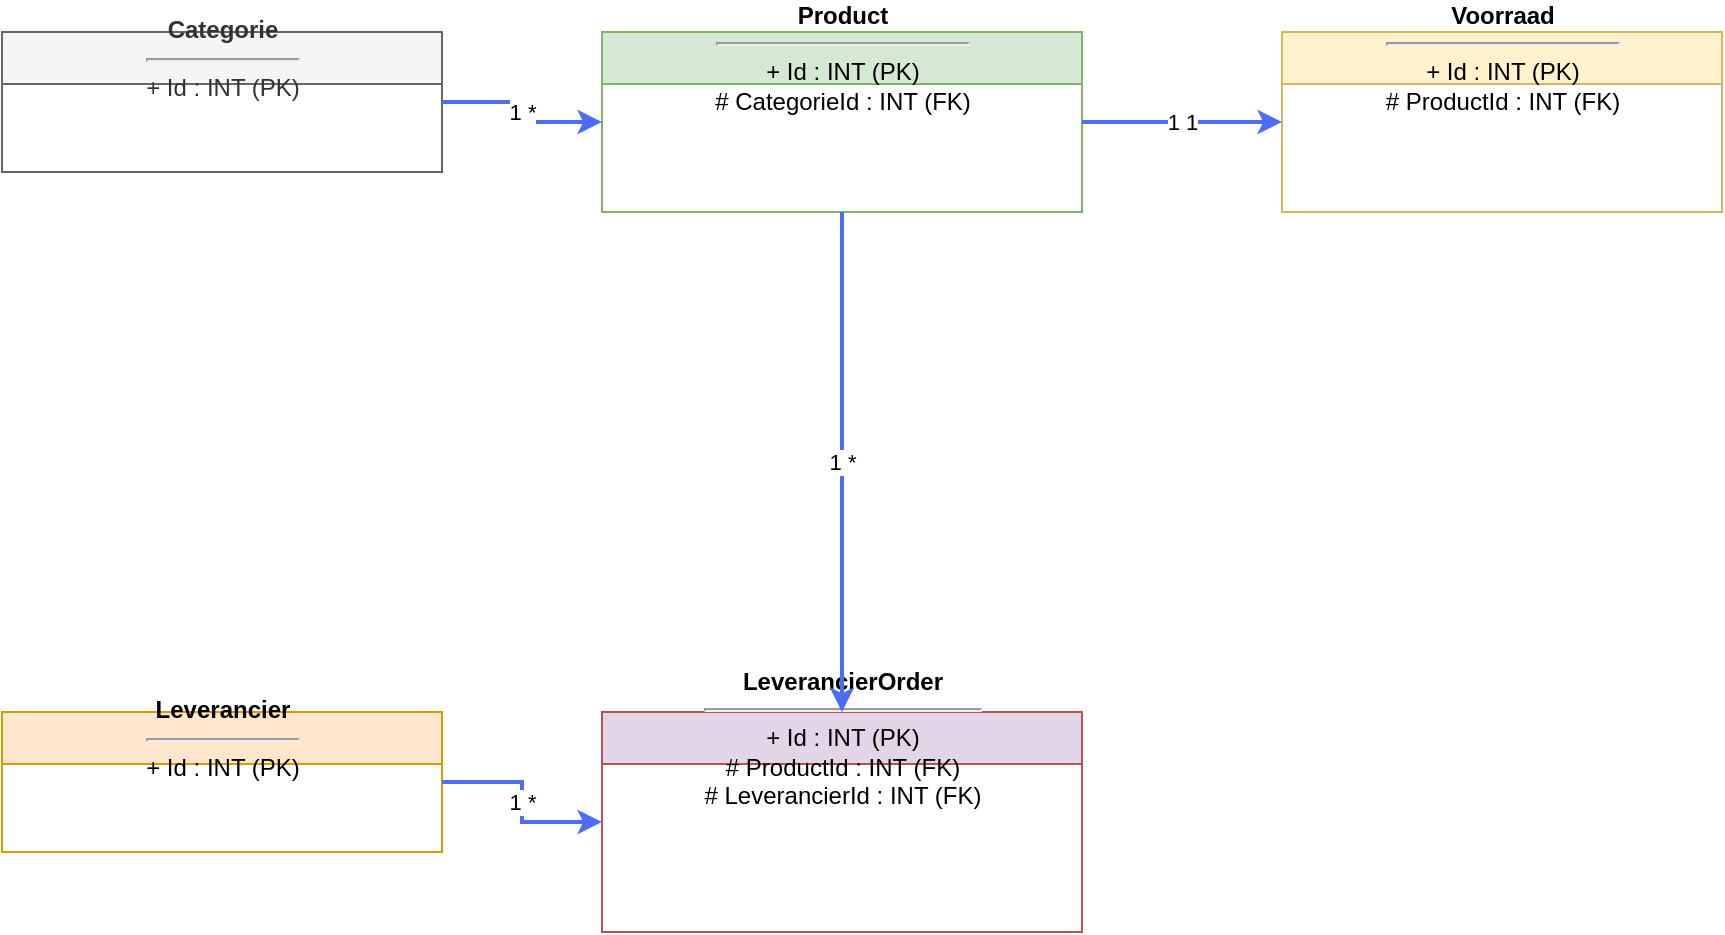
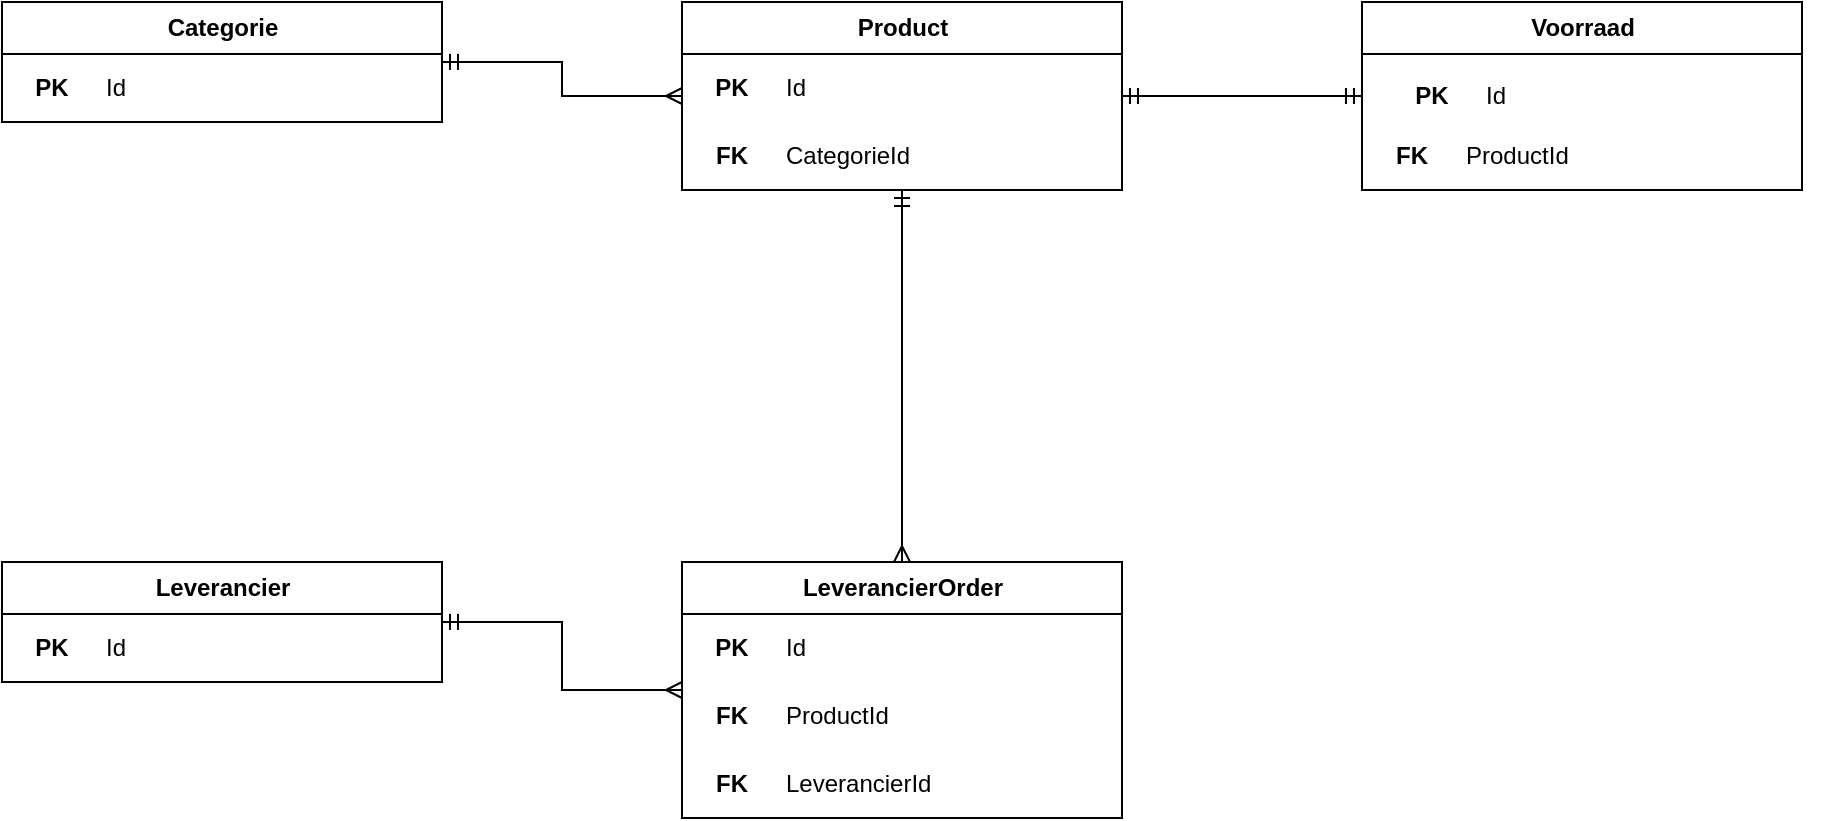
<mxfile host="65bd71144e">
    <diagram id="ProductERD" name="Product ERD">
-         <mxGraphModel dx="1212" dy="800" grid="1" gridSize="10" guides="1" tooltips="1" connect="1" arrows="1" fold="1" page="1" pageScale="1" pageWidth="827" pageHeight="1169" math="0" shadow="0">
+         <mxGraphModel dx="925" dy="1309" grid="1" gridSize="10" guides="1" tooltips="1" connect="1" arrows="1" fold="1" page="1" pageScale="1" pageWidth="827" pageHeight="1169" math="0" shadow="0">
            <root>
                <mxCell id="0"/>
                <mxCell id="1" parent="0"/>
- 
-                 <!-- Table Categorie -->
-                 <mxCell id="cat" value="&lt;b&gt;Categorie&lt;/b&gt;&lt;hr/&gt;+ Id : INT (PK)" style="swimlane;fontStyle=0;childLayout=listLayout;horizontal=1;startSize=26;horizontalStack=0;html=1;fillColor=#f5f5f5;strokeColor=#666666;fontColor=#333333;" parent="1" vertex="1">
-                     <mxGeometry x="40" y="40" width="220" height="70" as="geometry"/>
+                 <mxCell id="cat" value="Categorie" style="swimlane;childLayout=listLayout;collapsible=0;connectable=0;horizontal=1;startSize=26;fillColor=#ffffff;strokeColor=#000000;fontStyle=1;html=1;" parent="1" vertex="1">
+                     <mxGeometry x="60" y="60" width="220" height="60" as="geometry"/>
                </mxCell>
- 
-                 <!-- Table Product -->
-                 <mxCell id="prod" value="&lt;b&gt;Product&lt;/b&gt;&lt;hr/&gt;+ Id : INT (PK)&lt;br/&gt;# CategorieId : INT (FK)" style="swimlane;fontStyle=0;childLayout=listLayout;horizontal=1;startSize=26;horizontalStack=0;html=1;fillColor=#d5e8d4;strokeColor=#82b366;fontColor=#000000;" parent="1" vertex="1">
-                     <mxGeometry x="340" y="40" width="240" height="90" as="geometry"/>
+                 <mxCell id="cat_r1" value="" style="shape=partialRectangle;top=0;left=0;bottom=0;right=0;fillColor=none;align=left;verticalAlign=top;spacingLeft=4;spacingRight=4;overflow=hidden;rotatable=0;points=[];portConstraint=eastwest;html=1;" vertex="1" parent="cat">
+                     <mxGeometry y="26" width="220" height="34" as="geometry"/>
                </mxCell>
- 
-                 <!-- Table Voorraad -->
-                 <mxCell id="voor" value="&lt;b&gt;Voorraad&lt;/b&gt;&lt;hr/&gt;+ Id : INT (PK)&lt;br/&gt;# ProductId : INT (FK)" style="swimlane;fontStyle=0;childLayout=listLayout;horizontal=1;startSize=26;horizontalStack=0;html=1;fillColor=#fff2cc;strokeColor=#d6b656;fontColor=#000000;" parent="1" vertex="1">
-                     <mxGeometry x="680" y="40" width="220" height="90" as="geometry"/>
+                 <mxCell id="cat_r1_k" value="PK" style="shape=partialRectangle;top=0;left=0;bottom=0;right=0;fillColor=none;align=center;verticalAlign=middle;fontStyle=1;overflow=hidden;connectable=0;html=1;" vertex="1" parent="cat_r1">
+                     <mxGeometry width="50" height="34" as="geometry"/>
                </mxCell>
- 
-                 <!-- Table Leverancier -->
-                 <mxCell id="lev" value="&lt;b&gt;Leverancier&lt;/b&gt;&lt;hr/&gt;+ Id : INT (PK)" style="swimlane;fontStyle=0;childLayout=listLayout;horizontal=1;startSize=26;horizontalStack=0;html=1;fillColor=#ffe6cc;strokeColor=#d79b00;fontColor=#000000;" parent="1" vertex="1">
-                     <mxGeometry x="40" y="380" width="220" height="70" as="geometry"/>
+                 <mxCell id="cat_r1_v" value="Id" style="shape=partialRectangle;top=0;left=0;bottom=0;right=0;fillColor=none;align=left;verticalAlign=middle;overflow=hidden;connectable=0;html=1;" vertex="1" parent="cat_r1">
+                     <mxGeometry x="50" width="170" height="34" as="geometry"/>
                </mxCell>
- 
-                 <!-- Table LeverancierOrder -->
-                 <mxCell id="order" value="&lt;b&gt;LeverancierOrder&lt;/b&gt;&lt;hr/&gt;+ Id : INT (PK)&lt;br/&gt;# ProductId : INT (FK)&lt;br/&gt;# LeverancierId : INT (FK)" style="swimlane;fontStyle=0;childLayout=listLayout;horizontal=1;startSize=26;horizontalStack=0;html=1;fillColor=#e1d5e7;strokeColor=#b85450;fontColor=#000000;" parent="1" vertex="1">
-                     <mxGeometry x="340" y="380" width="240" height="110" as="geometry"/>
+                 <mxCell id="prod" value="Product" style="swimlane;childLayout=listLayout;collapsible=0;connectable=0;horizontal=1;startSize=26;fillColor=#ffffff;strokeColor=#000000;fontStyle=1;html=1;" parent="1" vertex="1">
+                     <mxGeometry x="400" y="60" width="220" height="94" as="geometry"/>
                </mxCell>
- 
-                 <!-- Connection: Categorie to Product -->
-                 <mxCell id="conn1" value="1           *" style="edgeStyle=orthogonalEdgeStyle;rounded=0;orthogonalLoop=1;jettySize=auto;html=1;exitX=1;exitY=0.5;entryX=0;entryY=0.5;strokeColor=#4c6ef5;strokeWidth=2;endArrow=classic;endFill=1;" parent="1" source="cat" target="prod" edge="1">
+                 <mxCell id="prod_r1" value="" style="shape=partialRectangle;top=0;left=0;bottom=0;right=0;fillColor=none;align=left;verticalAlign=top;spacingLeft=4;spacingRight=4;overflow=hidden;rotatable=0;points=[];portConstraint=eastwest;html=1;" vertex="1" parent="prod">
+                     <mxGeometry y="26" width="220" height="34" as="geometry"/>
+                 </mxCell>
+                 <mxCell id="prod_r1_k" value="PK" style="shape=partialRectangle;top=0;left=0;bottom=0;right=0;fillColor=none;align=center;verticalAlign=middle;fontStyle=1;overflow=hidden;connectable=0;html=1;" vertex="1" parent="prod_r1">
+                     <mxGeometry width="50" height="34" as="geometry"/>
+                 </mxCell>
+                 <mxCell id="prod_r1_v" value="Id" style="shape=partialRectangle;top=0;left=0;bottom=0;right=0;fillColor=none;align=left;verticalAlign=middle;overflow=hidden;connectable=0;html=1;" vertex="1" parent="prod_r1">
+                     <mxGeometry x="50" width="170" height="34" as="geometry"/>
+                 </mxCell>
+                 <mxCell id="prod_r2" value="" style="shape=partialRectangle;top=0;left=0;bottom=0;right=0;fillColor=none;align=left;verticalAlign=top;spacingLeft=4;spacingRight=4;overflow=hidden;rotatable=0;points=[];portConstraint=eastwest;html=1;" vertex="1" parent="prod">
+                     <mxGeometry y="60" width="220" height="34" as="geometry"/>
+                 </mxCell>
+                 <mxCell id="prod_r2_k" value="FK" style="shape=partialRectangle;top=0;left=0;bottom=0;right=0;fillColor=none;align=center;verticalAlign=middle;fontStyle=1;overflow=hidden;connectable=0;html=1;" vertex="1" parent="prod_r2">
+                     <mxGeometry width="50" height="34" as="geometry"/>
+                 </mxCell>
+                 <mxCell id="prod_r2_v" value="CategorieId" style="shape=partialRectangle;top=0;left=0;bottom=0;right=0;fillColor=none;align=left;verticalAlign=middle;overflow=hidden;connectable=0;html=1;" vertex="1" parent="prod_r2">
+                     <mxGeometry x="50" width="170" height="34" as="geometry"/>
+                 </mxCell>
+                 <mxCell id="voor" value="Voorraad" style="swimlane;childLayout=listLayout;collapsible=0;connectable=0;horizontal=1;startSize=26;fillColor=#ffffff;strokeColor=#000000;fontStyle=1;html=1;" parent="1" vertex="1">
+                     <mxGeometry x="740" y="60" width="220" height="94" as="geometry"/>
+                 </mxCell>
+                 <mxCell id="voor_r1" value="" style="shape=partialRectangle;top=0;left=0;bottom=0;right=0;fillColor=none;align=left;verticalAlign=top;spacingLeft=4;spacingRight=4;overflow=hidden;rotatable=0;points=[];portConstraint=eastwest;html=1;" vertex="1" parent="voor">
+                     <mxGeometry x="10" y="30" width="220" height="34" as="geometry"/>
+                 </mxCell>
+                 <mxCell id="voor_r1_k" value="PK" style="shape=partialRectangle;top=0;left=0;bottom=0;right=0;fillColor=none;align=center;verticalAlign=middle;fontStyle=1;overflow=hidden;connectable=0;html=1;" vertex="1" parent="voor_r1">
+                     <mxGeometry width="50" height="34" as="geometry"/>
+                 </mxCell>
+                 <mxCell id="voor_r1_v" value="Id" style="shape=partialRectangle;top=0;left=0;bottom=0;right=0;fillColor=none;align=left;verticalAlign=middle;overflow=hidden;connectable=0;html=1;" vertex="1" parent="voor_r1">
+                     <mxGeometry x="50" width="170" height="34" as="geometry"/>
+                 </mxCell>
+                 <mxCell id="voor_r2" value="" style="shape=partialRectangle;top=0;left=0;bottom=0;right=0;fillColor=none;align=left;verticalAlign=top;spacingLeft=4;spacingRight=4;overflow=hidden;rotatable=0;points=[];portConstraint=eastwest;html=1;" vertex="1" parent="voor">
+                     <mxGeometry y="60" width="220" height="34" as="geometry"/>
+                 </mxCell>
+                 <mxCell id="voor_r2_k" value="FK" style="shape=partialRectangle;top=0;left=0;bottom=0;right=0;fillColor=none;align=center;verticalAlign=middle;fontStyle=1;overflow=hidden;connectable=0;html=1;" vertex="1" parent="voor_r2">
+                     <mxGeometry width="50" height="34" as="geometry"/>
+                 </mxCell>
+                 <mxCell id="voor_r2_v" value="ProductId" style="shape=partialRectangle;top=0;left=0;bottom=0;right=0;fillColor=none;align=left;verticalAlign=middle;overflow=hidden;connectable=0;html=1;" vertex="1" parent="voor_r2">
+                     <mxGeometry x="50" width="170" height="34" as="geometry"/>
+                 </mxCell>
+                 <mxCell id="lev" value="Leverancier" style="swimlane;childLayout=listLayout;collapsible=0;connectable=0;horizontal=1;startSize=26;fillColor=#ffffff;strokeColor=#000000;fontStyle=1;html=1;" parent="1" vertex="1">
+                     <mxGeometry x="60" y="340" width="220" height="60" as="geometry"/>
+                 </mxCell>
+                 <mxCell id="lev_r1" value="" style="shape=partialRectangle;top=0;left=0;bottom=0;right=0;fillColor=none;align=left;verticalAlign=top;spacingLeft=4;spacingRight=4;overflow=hidden;rotatable=0;points=[];portConstraint=eastwest;html=1;" vertex="1" parent="lev">
+                     <mxGeometry y="26" width="220" height="34" as="geometry"/>
+                 </mxCell>
+                 <mxCell id="lev_r1_k" value="PK" style="shape=partialRectangle;top=0;left=0;bottom=0;right=0;fillColor=none;align=center;verticalAlign=middle;fontStyle=1;overflow=hidden;connectable=0;html=1;" vertex="1" parent="lev_r1">
+                     <mxGeometry width="50" height="34" as="geometry"/>
+                 </mxCell>
+                 <mxCell id="lev_r1_v" value="Id" style="shape=partialRectangle;top=0;left=0;bottom=0;right=0;fillColor=none;align=left;verticalAlign=middle;overflow=hidden;connectable=0;html=1;" vertex="1" parent="lev_r1">
+                     <mxGeometry x="50" width="170" height="34" as="geometry"/>
+                 </mxCell>
+                 <mxCell id="order" value="LeverancierOrder" style="swimlane;childLayout=listLayout;collapsible=0;connectable=0;horizontal=1;startSize=26;fillColor=#ffffff;strokeColor=#000000;fontStyle=1;html=1;" parent="1" vertex="1">
+                     <mxGeometry x="400" y="340" width="220" height="128" as="geometry"/>
+                 </mxCell>
+                 <mxCell id="order_r1" value="" style="shape=partialRectangle;top=0;left=0;bottom=0;right=0;fillColor=none;align=left;verticalAlign=top;spacingLeft=4;spacingRight=4;overflow=hidden;rotatable=0;points=[];portConstraint=eastwest;html=1;" vertex="1" parent="order">
+                     <mxGeometry y="26" width="220" height="34" as="geometry"/>
+                 </mxCell>
+                 <mxCell id="order_r1_k" value="PK" style="shape=partialRectangle;top=0;left=0;bottom=0;right=0;fillColor=none;align=center;verticalAlign=middle;fontStyle=1;overflow=hidden;connectable=0;html=1;" vertex="1" parent="order_r1">
+                     <mxGeometry width="50" height="34" as="geometry"/>
+                 </mxCell>
+                 <mxCell id="order_r1_v" value="Id" style="shape=partialRectangle;top=0;left=0;bottom=0;right=0;fillColor=none;align=left;verticalAlign=middle;overflow=hidden;connectable=0;html=1;" vertex="1" parent="order_r1">
+                     <mxGeometry x="50" width="170" height="34" as="geometry"/>
+                 </mxCell>
+                 <mxCell id="order_r2" value="" style="shape=partialRectangle;top=0;left=0;bottom=0;right=0;fillColor=none;align=left;verticalAlign=top;spacingLeft=4;spacingRight=4;overflow=hidden;rotatable=0;points=[];portConstraint=eastwest;html=1;" vertex="1" parent="order">
+                     <mxGeometry y="60" width="220" height="34" as="geometry"/>
+                 </mxCell>
+                 <mxCell id="order_r2_k" value="FK" style="shape=partialRectangle;top=0;left=0;bottom=0;right=0;fillColor=none;align=center;verticalAlign=middle;fontStyle=1;overflow=hidden;connectable=0;html=1;" vertex="1" parent="order_r2">
+                     <mxGeometry width="50" height="34" as="geometry"/>
+                 </mxCell>
+                 <mxCell id="order_r2_v" value="ProductId" style="shape=partialRectangle;top=0;left=0;bottom=0;right=0;fillColor=none;align=left;verticalAlign=middle;overflow=hidden;connectable=0;html=1;" vertex="1" parent="order_r2">
+                     <mxGeometry x="50" width="170" height="34" as="geometry"/>
+                 </mxCell>
+                 <mxCell id="order_r3" value="" style="shape=partialRectangle;top=0;left=0;bottom=0;right=0;fillColor=none;align=left;verticalAlign=top;spacingLeft=4;spacingRight=4;overflow=hidden;rotatable=0;points=[];portConstraint=eastwest;html=1;" vertex="1" parent="order">
+                     <mxGeometry y="94" width="220" height="34" as="geometry"/>
+                 </mxCell>
+                 <mxCell id="order_r3_k" value="FK" style="shape=partialRectangle;top=0;left=0;bottom=0;right=0;fillColor=none;align=center;verticalAlign=middle;fontStyle=1;overflow=hidden;connectable=0;html=1;" vertex="1" parent="order_r3">
+                     <mxGeometry width="50" height="34" as="geometry"/>
+                 </mxCell>
+                 <mxCell id="order_r3_v" value="LeverancierId" style="shape=partialRectangle;top=0;left=0;bottom=0;right=0;fillColor=none;align=left;verticalAlign=middle;overflow=hidden;connectable=0;html=1;" vertex="1" parent="order_r3">
+                     <mxGeometry x="50" width="170" height="34" as="geometry"/>
+                 </mxCell>
+                 <mxCell id="rel1" style="edgeStyle=orthogonalEdgeStyle;rounded=0;html=1;exitX=1;exitY=0.5;entryX=0;entryY=0.5;strokeColor=#000000;strokeWidth=1;startArrow=ERmandOne;endArrow=ERmany;" edge="1" parent="1" source="cat" target="prod">
                    <mxGeometry relative="1" as="geometry"/>
                </mxCell>
- 
-                 <!-- Connection: Product to Voorraad -->
-                 <mxCell id="conn2" value="1           1" style="edgeStyle=orthogonalEdgeStyle;rounded=0;orthogonalLoop=1;jettySize=auto;html=1;exitX=1;exitY=0.5;entryX=0;entryY=0.5;strokeColor=#4c6ef5;strokeWidth=2;endArrow=classic;endFill=1;" parent="1" source="prod" target="voor" edge="1">
+                 <mxCell id="rel2" style="edgeStyle=orthogonalEdgeStyle;rounded=0;html=1;exitX=1;exitY=0.5;entryX=0;entryY=0.5;strokeColor=#000000;strokeWidth=1;startArrow=ERmandOne;endArrow=ERmandOne;" edge="1" parent="1" source="prod" target="voor">
                    <mxGeometry relative="1" as="geometry"/>
                </mxCell>
- 
-                 <!-- Connection: Product to LeverancierOrder -->
-                 <mxCell id="conn3" value="1           *" style="edgeStyle=orthogonalEdgeStyle;rounded=0;orthogonalLoop=1;jettySize=auto;html=1;exitX=0.5;exitY=1;entryX=0.5;entryY=0;strokeColor=#4c6ef5;strokeWidth=2;endArrow=classic;endFill=1;" parent="1" source="prod" target="order" edge="1">
+                 <mxCell id="rel3" style="edgeStyle=orthogonalEdgeStyle;rounded=0;html=1;exitX=0.5;exitY=1;entryX=0.5;entryY=0;strokeColor=#000000;strokeWidth=1;startArrow=ERmandOne;endArrow=ERmany;" edge="1" parent="1" source="prod" target="order">
                    <mxGeometry relative="1" as="geometry"/>
                </mxCell>
- 
-                 <!-- Connection: Leverancier to LeverancierOrder -->
-                 <mxCell id="conn4" value="1           *" style="edgeStyle=orthogonalEdgeStyle;rounded=0;orthogonalLoop=1;jettySize=auto;html=1;exitX=1;exitY=0.5;entryX=0;entryY=0.5;strokeColor=#4c6ef5;strokeWidth=2;endArrow=classic;endFill=1;" parent="1" source="lev" target="order" edge="1">
+                 <mxCell id="rel4" style="edgeStyle=orthogonalEdgeStyle;rounded=0;html=1;exitX=1;exitY=0.5;entryX=0;entryY=0.5;strokeColor=#000000;strokeWidth=1;startArrow=ERmandOne;endArrow=ERmany;" edge="1" parent="1" source="lev" target="order">
                    <mxGeometry relative="1" as="geometry"/>
                </mxCell>
- 
            </root>
        </mxGraphModel>
    </diagram>
</mxfile>